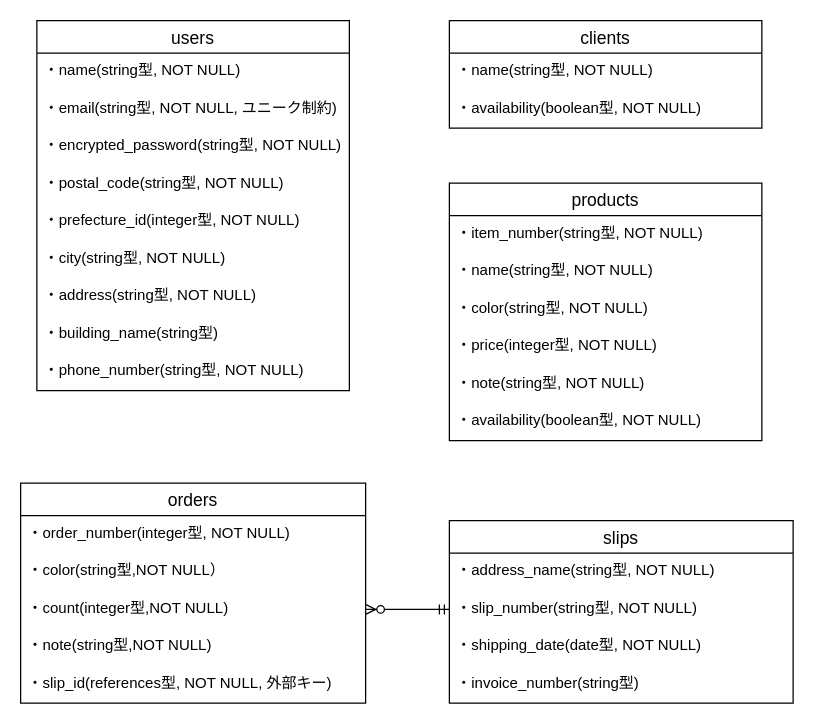
The draw.io diagram easy_slips.dio in hiddy0329/easy_slips, before the edit. Source tidied: cells renumbered, new cells numbered last; positions are measured from the earlier drawing's top-left corner, leaving out a move shared by most shapes. Both pictures are drawn from the tidied source at 125%, with x=0, y=0 at pixel (20, 20).
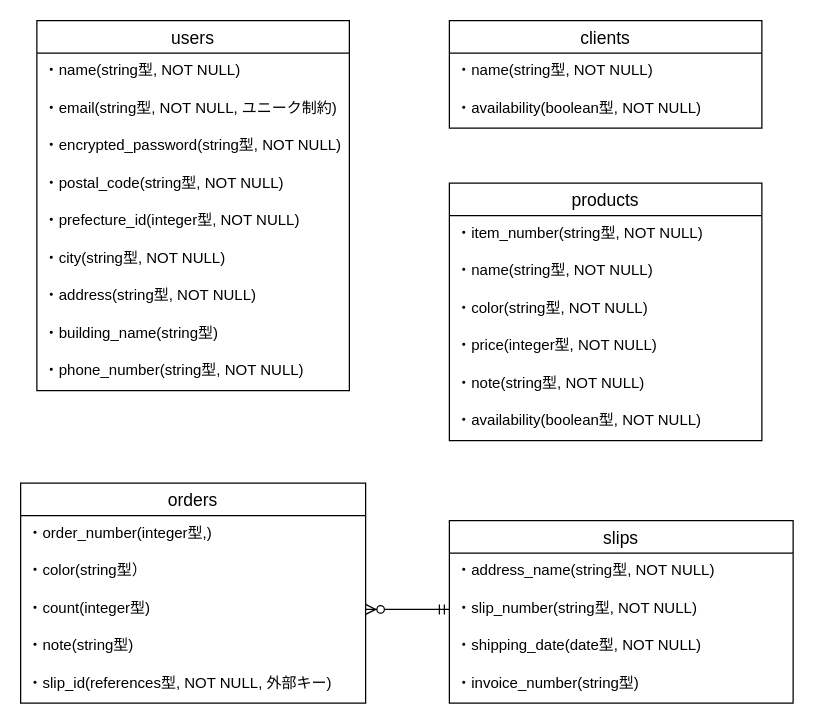
After the change.

The change refers to these unchanged cells:
```xml
<mxCell id="27" value="orders" style="swimlane;fontStyle=0;horizontal=1;startSize=26;align=center;fontSize=14;" parent="1" vertex="1">
  <mxGeometry y="370" width="276" height="176" as="geometry" />
</mxCell>
```

The edit, as a diff of the source:
```diff
@@
-    <mxCell id="28" value="・order_number(integer型, NOT NULL)" style="text;strokeColor=none;fillColor=none;spacingLeft=4;spacingRight=4;overflow=hidden;fontSize=12;" parent="27" vertex="1">
+    <mxCell id="28" value="・order_number(integer型,)" style="text;strokeColor=none;fillColor=none;spacingLeft=4;spacingRight=4;overflow=hidden;fontSize=12;" parent="27" vertex="1">
       <mxGeometry y="26" width="276" height="30" as="geometry" />
     </mxCell>
-    <mxCell id="29" value="・color(string型,NOT NULL）" style="text;strokeColor=none;fillColor=none;spacingLeft=4;spacingRight=4;overflow=hidden;fontSize=12;" parent="27" vertex="1">
+    <mxCell id="29" value="・color(string型）" style="text;strokeColor=none;fillColor=none;spacingLeft=4;spacingRight=4;overflow=hidden;fontSize=12;" parent="27" vertex="1">
       <mxGeometry y="56" width="276" height="30" as="geometry" />
     </mxCell>
-    <mxCell id="30" value="・count(integer型,NOT NULL)" style="text;strokeColor=none;fillColor=none;spacingLeft=4;spacingRight=4;overflow=hidden;points=[[0,0.5],[1,0.5]];portConstraint=eastwest;fontSize=12;" parent="27" vertex="1">
+    <mxCell id="30" value="・count(integer型)" style="text;strokeColor=none;fillColor=none;spacingLeft=4;spacingRight=4;overflow=hidden;points=[[0,0.5],[1,0.5]];portConstraint=eastwest;fontSize=12;" parent="27" vertex="1">
       <mxGeometry y="86" width="276" height="30" as="geometry" />
     </mxCell>
-    <mxCell id="31" value="・note(string型,NOT NULL)" style="text;strokeColor=none;fillColor=none;spacingLeft=4;spacingRight=4;overflow=hidden;fontSize=12;" parent="27" vertex="1">
+    <mxCell id="31" value="・note(string型)" style="text;strokeColor=none;fillColor=none;spacingLeft=4;spacingRight=4;overflow=hidden;fontSize=12;" parent="27" vertex="1">
       <mxGeometry y="116" width="276" height="30" as="geometry" />
     </mxCell>
```
